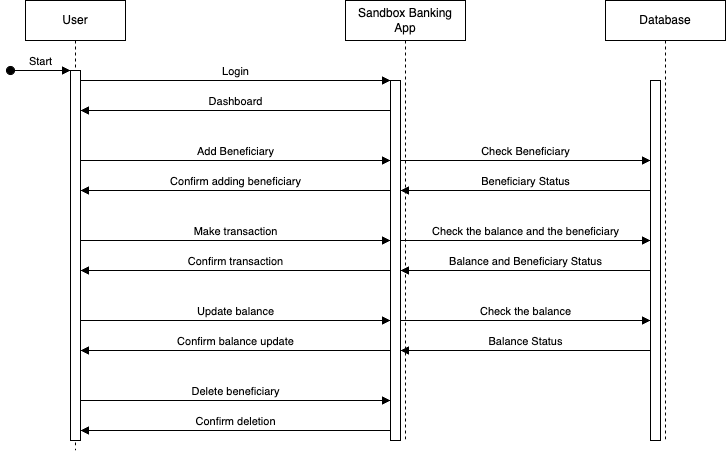
Before: obitamockbank100.catalog.obita.tech/resources/userJourney.png, a diagram exported from draw.io (obita-tech/catalog). Source tidied: cells renumbered, new cells last; positions are measured from the earlier drawing's top-left corner, leaving out a move shared by most shapes.
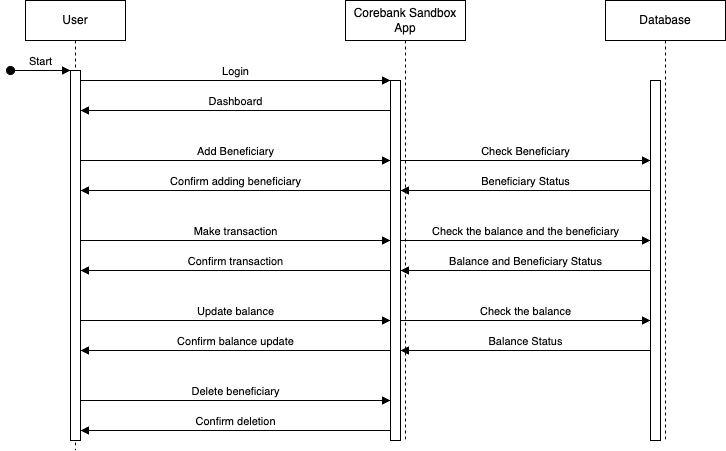
Above is the later version.

What changed in the source:
```diff
@@ -13,7 +13,7 @@
         <mxPoint x="-15" y="70" as="sourcePoint" />
       </mxGeometry>
     </mxCell>
-    <mxCell id="5" value="Sandbox Banking App" style="shape=umlLifeline;perimeter=lifelinePerimeter;whiteSpace=wrap;html=1;newEdgeStyle={&quot;edgeStyle&quot;:&quot;elbowEdgeStyle&quot;,&quot;elbow&quot;:&quot;vertical&quot;,&quot;curved&quot;:0,&quot;rounded&quot;:0};size=40;" parent="1" vertex="1">
+    <mxCell id="5" value="Corebank Sandbox App" style="shape=umlLifeline;perimeter=lifelinePerimeter;whiteSpace=wrap;html=1;newEdgeStyle={&quot;edgeStyle&quot;:&quot;elbowEdgeStyle&quot;,&quot;elbow&quot;:&quot;vertical&quot;,&quot;curved&quot;:0,&quot;rounded&quot;:0};size=40;" parent="1" vertex="1">
       <mxGeometry x="335" width="120" height="440" as="geometry" />
     </mxCell>
     <mxCell id="6" style="html=1;points=[];perimeter=orthogonalPerimeter;outlineConnect=0;targetShapes=umlLifeline;portConstraint=eastwest;newEdgeStyle={&quot;edgeStyle&quot;:&quot;elbowEdgeStyle&quot;,&quot;elbow&quot;:&quot;vertical&quot;,&quot;curved&quot;:0,&quot;rounded&quot;:0};" parent="5" vertex="1">
```
